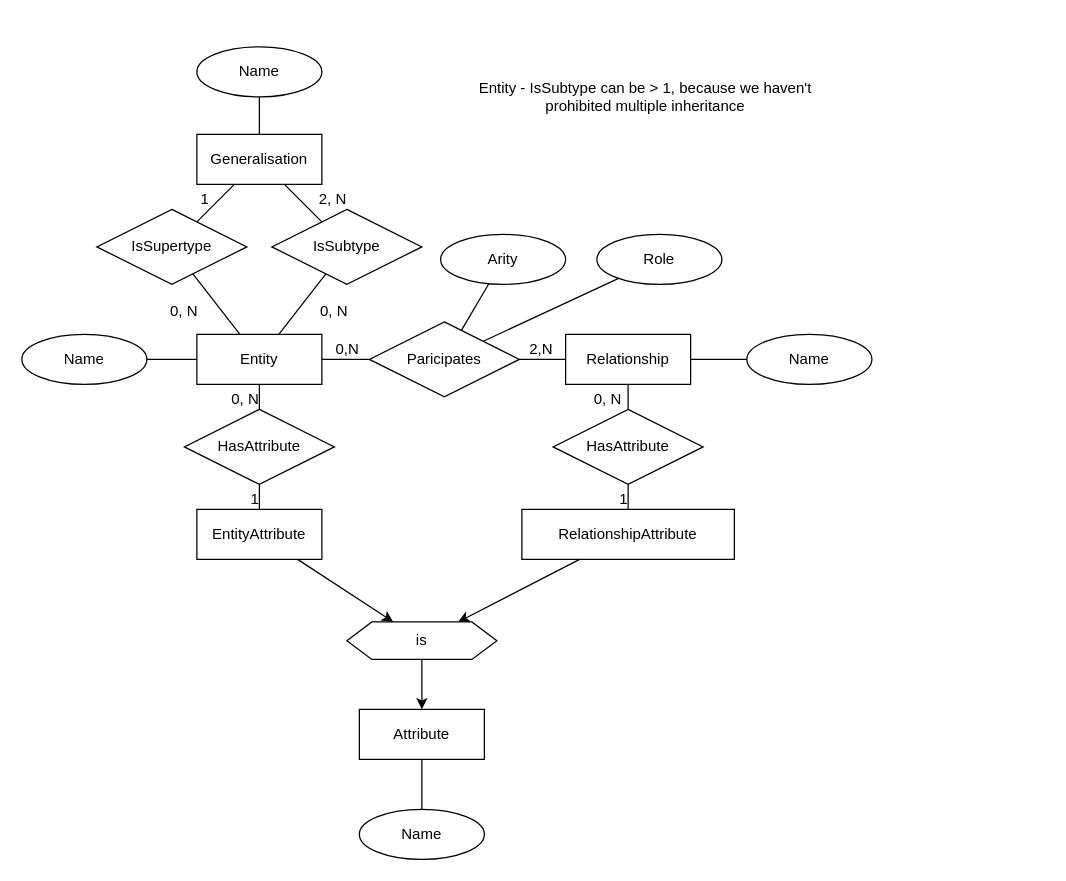
Before: Practice 2/Zakirullin/practice2_3.drawio in kseniashilova/BD_B2019_PING_6, a draw.io diagram. Source tidied: cells renumbered, new cells numbered last; positions are measured from the earlier drawing's top-left corner, leaving out a move shared by most shapes. Both pictures are drawn from the tidied source at 125%, with x=0, y=0 at pixel (21, 46).
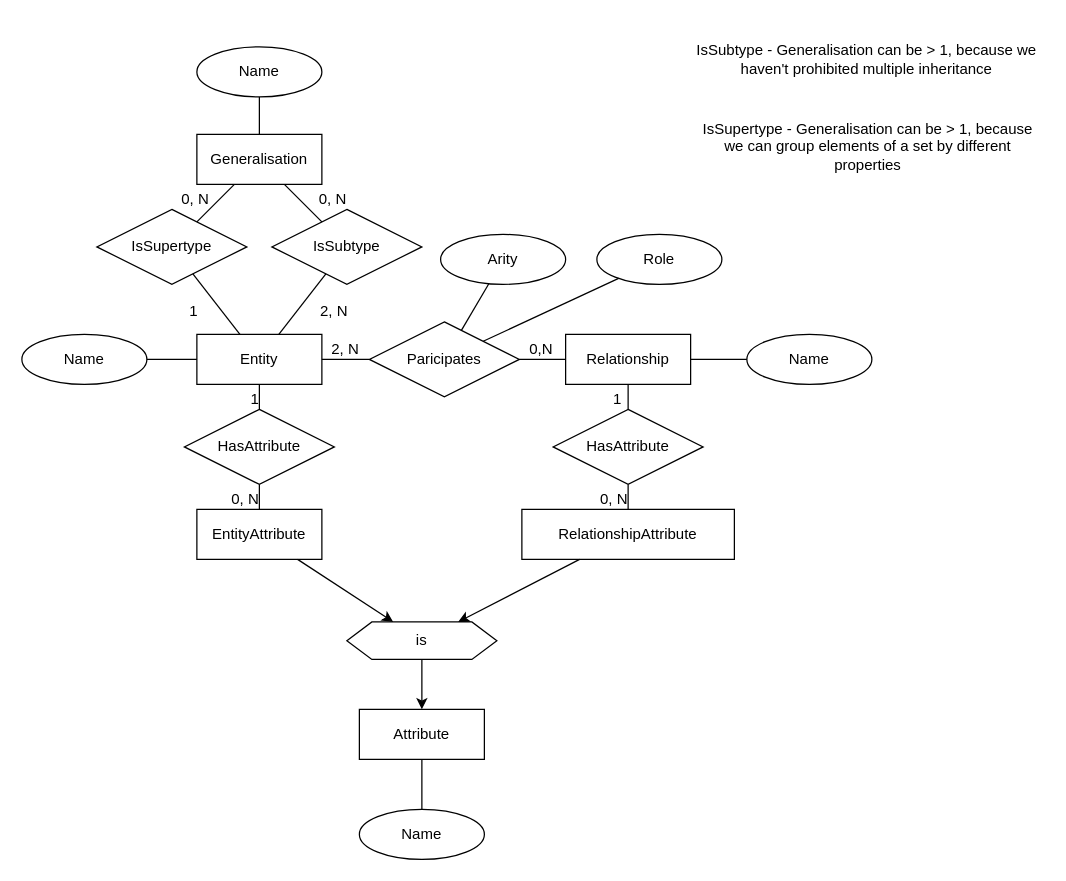
The same diagram, later.

Commit message (it also covers changes not shown here):
Practice 2: task 3: fix flipped arities

The change refers to these unchanged cells:
```xml
<mxCell id="6" value="EntityAttribute" style="whiteSpace=wrap;html=1;align=center;" parent="1" vertex="1">
  <mxGeometry x="140" y="370" width="100" height="40" as="geometry" />
</mxCell>
<mxCell id="19" value="HasAttribute" style="shape=rhombus;perimeter=rhombusPerimeter;whiteSpace=wrap;html=1;align=center;" parent="1" vertex="1">
  <mxGeometry x="130" y="290" width="120" height="60" as="geometry" />
</mxCell>
<mxCell id="27" style="endArrow=none;html=1;rounded=0;" parent="1" edge="1" source="16" target="3">
  <mxGeometry relative="1" as="geometry" />
</mxCell>
<mxCell id="29" style="endArrow=none;html=1;rounded=0;" parent="1" edge="1" source="16" target="2">
  <mxGeometry relative="1" as="geometry" />
</mxCell>
<mxCell id="33" style="endArrow=none;html=1;rounded=0;" parent="1" edge="1" source="19" target="2">
  <mxGeometry relative="1" as="geometry" />
</mxCell>
<mxCell id="37" style="endArrow=none;html=1;rounded=0;" parent="1" edge="1" source="20" target="3">
  <mxGeometry relative="1" as="geometry" />
</mxCell>
<mxCell id="39" style="endArrow=none;html=1;rounded=0;" parent="1" edge="1" source="20" target="7">
  <mxGeometry relative="1" as="geometry" />
</mxCell>
<mxCell id="41" style="endArrow=none;html=1;rounded=0;" parent="1" edge="1" source="14" target="13">
  <mxGeometry relative="1" as="geometry" />
</mxCell>
<mxCell id="43" style="endArrow=none;html=1;rounded=0;" parent="1" edge="1" source="14" target="2">
  <mxGeometry relative="1" as="geometry" />
</mxCell>
<mxCell id="45" style="endArrow=none;html=1;rounded=0;" parent="1" edge="1" source="15" target="13">
  <mxGeometry relative="1" as="geometry" />
</mxCell>
<mxCell id="47" style="endArrow=none;html=1;rounded=0;" parent="1" edge="1" source="15" target="2">
  <mxGeometry relative="1" as="geometry" />
</mxCell>
```

Diff of the diagram source:
```diff
@@
-    <mxCell id="28" value="2,N" style="html=1;align=right;verticalAlign=bottom;" parent="27" vertex="1">
+    <mxCell id="28" value="0,N" style="html=1;align=right;verticalAlign=bottom;" parent="27" vertex="1">
       <mxGeometry x="1" relative="1" as="geometry">
         <mxPoint x="-10" as="offset" />
       </mxGeometry>
     </mxCell>
@@
-    <mxCell id="30" value="0,N" style="html=1;align=right;verticalAlign=bottom;" parent="29" vertex="1">
+    <mxCell id="30" value="2, N" style="html=1;align=right;verticalAlign=bottom;" parent="29" vertex="1">
       <mxGeometry x="1" relative="1" as="geometry">
         <mxPoint x="30" as="offset" />
       </mxGeometry>
     </mxCell>
-    <mxCell id="31" style="endArrow=none;html=1;rounded=0;" parent="1" edge="1" source="6" target="19">
+    <mxCell id="31" style="endArrow=none;html=1;rounded=0;endFill=0;startArrow=none;startFill=0;" parent="1" edge="1" source="6" target="19">
       <mxGeometry relative="1" as="geometry" />
     </mxCell>
-    <mxCell id="32" value="1" style="html=1;align=right;verticalAlign=bottom;" parent="31" vertex="1">
+    <mxCell id="32" value="0, N" style="html=1;align=right;verticalAlign=bottom;" parent="31" vertex="1">
       <mxGeometry x="1" relative="1" as="geometry">
         <mxPoint y="20" as="offset" />
       </mxGeometry>
     </mxCell>
@@
-    <mxCell id="34" value="0, N" style="html=1;align=right;verticalAlign=bottom;" parent="33" vertex="1">
+    <mxCell id="34" value="1" style="html=1;align=right;verticalAlign=bottom;" parent="33" vertex="1">
       <mxGeometry x="1" relative="1" as="geometry">
         <mxPoint y="20" as="offset" />
       </mxGeometry>
     </mxCell>
@@
-    <mxCell id="38" value="0, N" style="html=1;align=right;verticalAlign=bottom;" parent="37" vertex="1">
+    <mxCell id="38" value="1" style="html=1;align=right;verticalAlign=bottom;" parent="37" vertex="1">
       <mxGeometry x="1" relative="1" as="geometry">
         <mxPoint x="-5" y="20" as="offset" />
       </mxGeometry>
     </mxCell>
@@
-    <mxCell id="40" value="1" style="html=1;align=right;verticalAlign=bottom;" parent="39" vertex="1">
+    <mxCell id="40" value="0, N" style="html=1;align=right;verticalAlign=bottom;" parent="39" vertex="1">
       <mxGeometry x="1" relative="1" as="geometry" />
     </mxCell>
@@
-    <mxCell id="42" value="1" style="html=1;align=right;verticalAlign=bottom;" parent="41" vertex="1">
+    <mxCell id="42" value="0, N" style="html=1;align=right;verticalAlign=bottom;" parent="41" vertex="1">
       <mxGeometry x="1" relative="1" as="geometry">
         <mxPoint x="-20" y="20" as="offset" />
       </mxGeometry>
     </mxCell>
@@
-    <mxCell id="44" value="0, N" style="html=1;align=right;verticalAlign=bottom;" parent="43" vertex="1">
+    <mxCell id="44" value="1" style="html=1;align=right;verticalAlign=bottom;" parent="43" vertex="1">
       <mxGeometry x="1" relative="1" as="geometry">
         <mxPoint x="-33" y="-10" as="offset" />
       </mxGeometry>
     </mxCell>
@@
-    <mxCell id="46" value="2, N" style="html=1;align=right;verticalAlign=bottom;" parent="45" vertex="1">
+    <mxCell id="46" value="0, N" style="html=1;align=right;verticalAlign=bottom;" parent="45" vertex="1">
       <mxGeometry x="1" relative="1" as="geometry">
         <mxPoint x="50" y="20" as="offset" />
       </mxGeometry>
     </mxCell>
@@
-    <mxCell id="48" value="0, N" style="html=1;align=right;verticalAlign=bottom;" parent="47" vertex="1">
+    <mxCell id="48" value="2, N" style="html=1;align=right;verticalAlign=bottom;" parent="47" vertex="1">
       <mxGeometry x="1" relative="1" as="geometry">
         <mxPoint x="55" y="-10" as="offset" />
       </mxGeometry>
     </mxCell>
-    <mxCell id="49" value="Entity - IsSubtype can be &amp;gt; 1, because we haven't prohibited multiple inheritance" style="text;html=1;strokeColor=none;fillColor=none;align=center;verticalAlign=middle;whiteSpace=wrap;rounded=0;" parent="1" vertex="1">
-      <mxGeometry x="358" y="10" width="282" height="60" as="geometry" />
+    <mxCell id="49" value="IsSubtype - Generalisation can be &amp;gt; 1, because we haven't prohibited multiple inheritance" style="text;html=1;strokeColor=none;fillColor=none;align=center;verticalAlign=middle;whiteSpace=wrap;rounded=0;" parent="1" vertex="1">
+      <mxGeometry x="535" y="-20" width="282" height="60" as="geometry" />
     </mxCell>
+    <mxCell id="50" value="IsSupertype - Generalisation can be &amp;gt; 1, because we can group elements of a set by different properties" style="text;html=1;strokeColor=none;fillColor=none;align=center;verticalAlign=middle;whiteSpace=wrap;rounded=0;" parent="1" vertex="1">
+      <mxGeometry x="536" y="50" width="282" height="60" as="geometry" />
+    </mxCell>
```
